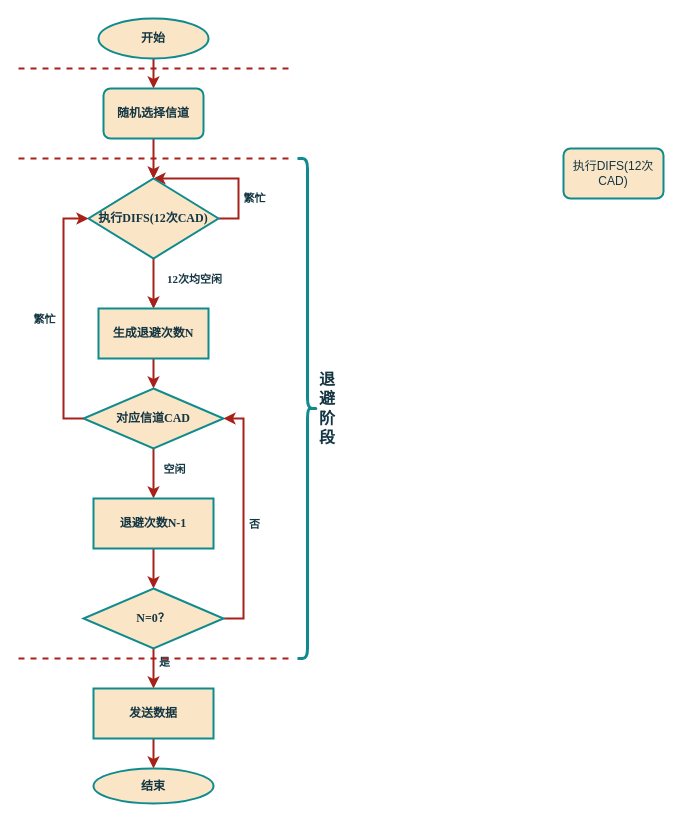
This is LMAC1的流程图.drawio from Haowang2020/draw, a draw.io file, before an edit. Source tidied: cells renumbered, new cells numbered last; positions are measured from the earlier drawing's top-left corner, leaving out a move shared by most shapes. Both pictures are drawn from the tidied source at 100%, with x=0, y=0 at pixel (18, 18).
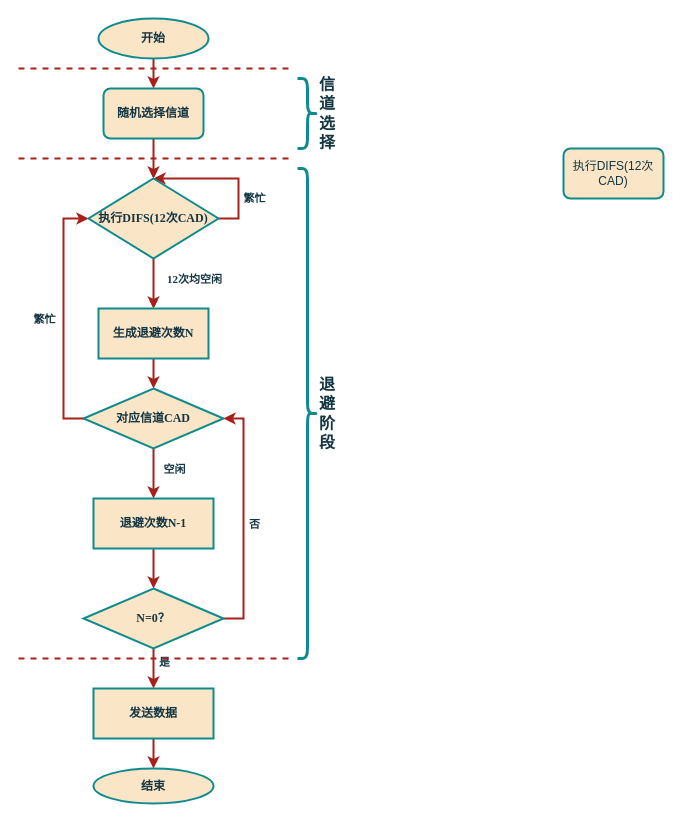
After the change.

Commit message:
更新LMAC1的流程图.drawio

Change to the diagram source:
```diff
@@
     <mxCell id="31" value="&lt;font style=&quot;font-size: 16px;&quot;&gt;退避阶段&lt;/font&gt;" style="shape=curlyBracket;whiteSpace=wrap;html=1;rounded=1;flipH=1;labelPosition=right;verticalLabelPosition=middle;align=left;verticalAlign=middle;labelBackgroundColor=none;fillColor=#FAE5C7;strokeColor=#0F8B8D;fontColor=#143642;fontStyle=1;fontFamily=Times New Roman;strokeWidth=3;" parent="1" vertex="1">
-      <mxGeometry x="279" y="140" width="20" height="500" as="geometry" />
+      <mxGeometry x="279" y="150" width="20" height="490" as="geometry" />
     </mxCell>
@@
+    <mxCell id="36" value="&lt;font style=&quot;font-size: 16px;&quot;&gt;信道选择&lt;/font&gt;" style="shape=curlyBracket;whiteSpace=wrap;html=1;rounded=1;flipH=1;labelPosition=right;verticalLabelPosition=middle;align=left;verticalAlign=middle;labelBackgroundColor=none;fillColor=#FAE5C7;strokeColor=#0F8B8D;fontColor=#143642;fontStyle=1;fontFamily=Times New Roman;strokeWidth=3;" parent="1" vertex="1">
+      <mxGeometry x="279" y="60" width="20" height="70" as="geometry" />
+    </mxCell>
```
